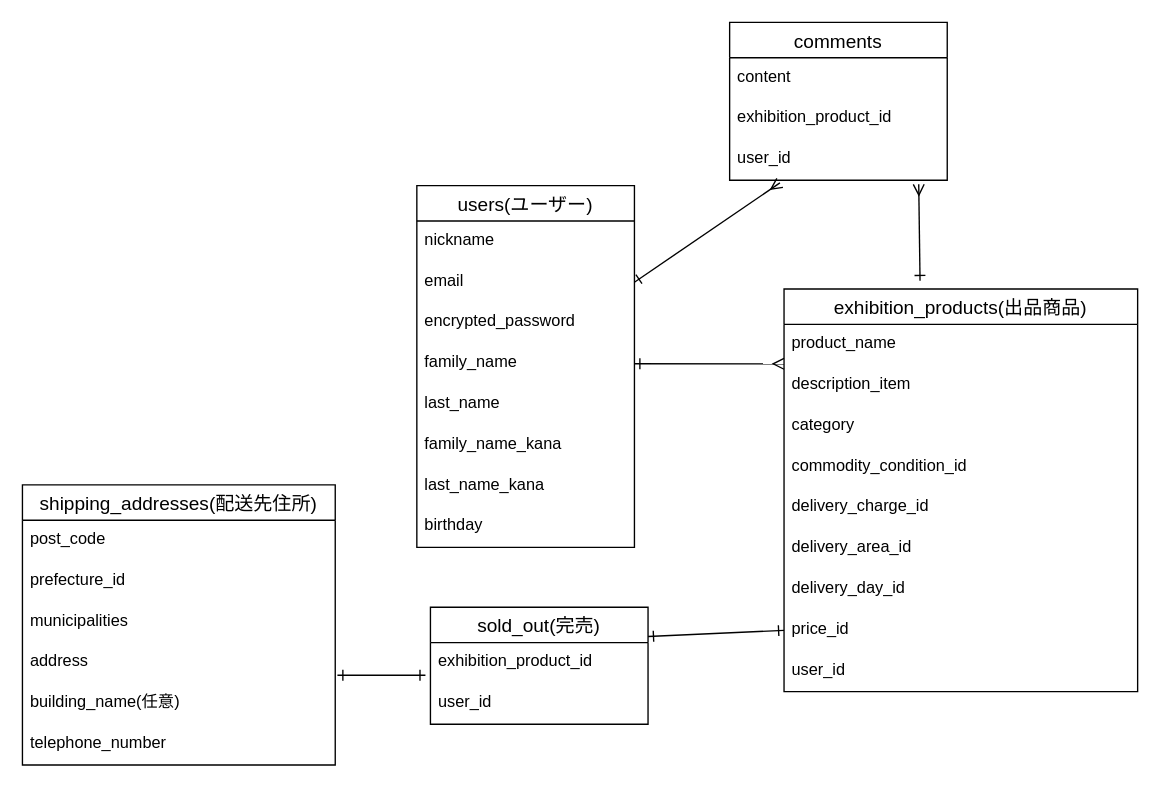
Earlier version of the draw.io diagram .dio (chikati3/furima-38800). Source tidied: cells renumbered, new cells numbered last; positions are measured from the earlier drawing's top-left corner, leaving out a move shared by most shapes. Both pictures are drawn from the tidied source at 136%, with x=0, y=0 at pixel (22, 22).
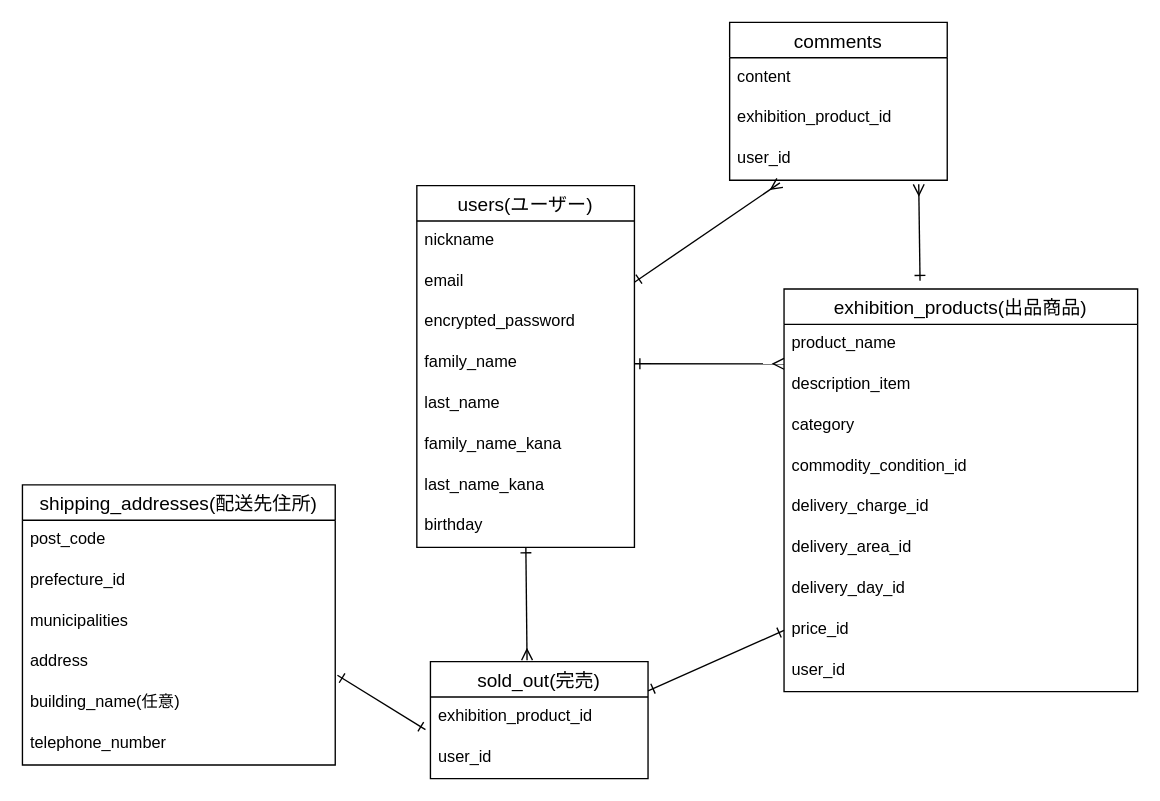
Above is the later version.

Commit message (it also covers changes not shown here):
データベース設計修正2

The change refers to these unchanged cells:
```xml
<mxCell id="10" value="birthday" style="text;strokeColor=none;fillColor=none;spacingLeft=4;spacingRight=4;overflow=hidden;points=[[0,0.5],[1,0.5]];portConstraint=eastwest;fontSize=12;" parent="2" vertex="1">
  <mxGeometry y="236" width="160" height="30" as="geometry" />
</mxCell>
```

The edit, as a diff of the source:
```diff
@@
     <mxCell id="22" value="sold_out(完売)" style="swimlane;fontStyle=0;horizontal=1;startSize=26;align=center;fontSize=14;" parent="1" vertex="1">
-      <mxGeometry x="300" y="430" width="160" height="86" as="geometry" />
+      <mxGeometry x="300" y="470" width="160" height="86" as="geometry" />
     </mxCell>
@@
+    <mxCell id="40" style="edgeStyle=none;html=1;entryX=0.444;entryY=-0.012;entryDx=0;entryDy=0;entryPerimeter=0;endArrow=ERmany;endFill=0;startArrow=ERone;startFill=0;" parent="1" edge="1" source="10" target="22">
+      <mxGeometry relative="1" as="geometry" />
+    </mxCell>
```
